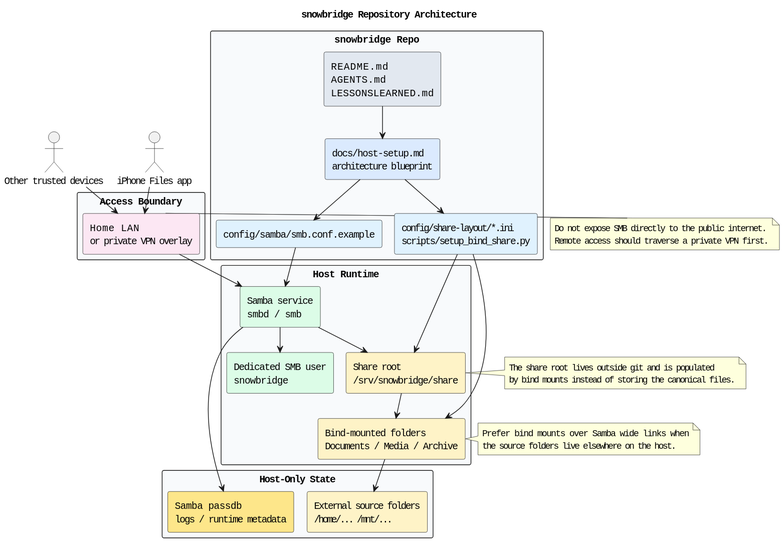
This is docs/diagrams/repo-architecture.puml.svg from casonk/snowbridge, a PlantUML export, as it was before one commit.
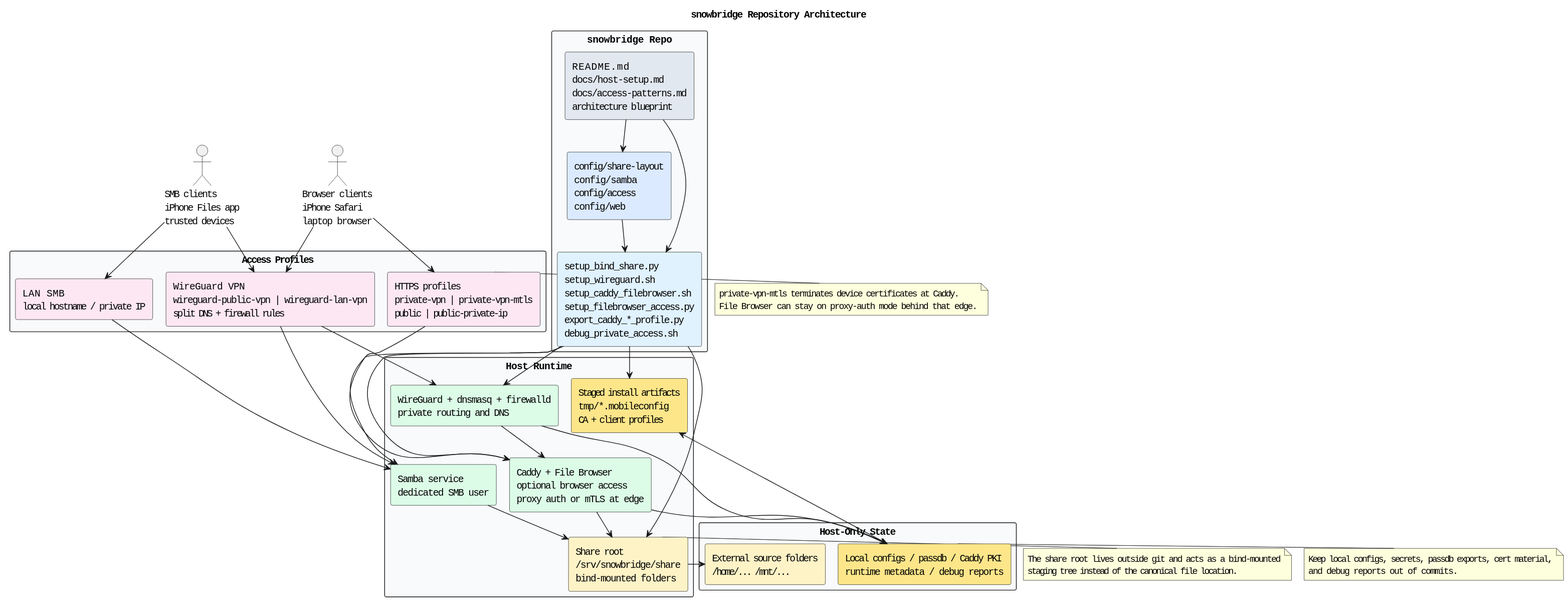
The same diagram one commit later.

The edit, as a diff of the source:
```diff
@@ -4,62 +4,75 @@
 skinparam shadowing false
 skinparam defaultFontName Monospace
 skinparam packageStyle rectangle
+skinparam linetype ortho
 
-actor "iPhone Files app" as iphone
-actor "Other trusted devices" as other_clients
+actor "SMB clients\niPhone Files app\ntrusted devices" as smb_clients
+actor "Browser clients\niPhone Safari\nlaptop browser" as browser_clients
 
-package "Access Boundary" #F8FAFC {
-  rectangle "Home LAN\nor private VPN overlay" as access_boundary #FCE7F3
+package "Access Profiles" #F8FAFC {
+  rectangle "LAN SMB\nlocal hostname / private IP" as lan_smb #FCE7F3
+  rectangle "WireGuard VPN\nwireguard-public-vpn | wireguard-lan-vpn\nsplit DNS + firewall rules" as wireguard_profiles #FCE7F3
+  rectangle "HTTPS profiles\nprivate-vpn | private-vpn-mtls\npublic | public-private-ip" as https_profiles #FCE7F3
 }
 
 package "snowbridge Repo" #F8FAFC {
-  rectangle "README.md\nAGENTS.md\nLESSONSLEARNED.md" as repo_docs #E2E8F0
-  rectangle "docs/host-setup.md\narchitecture blueprint" as ops_docs #DBEAFE
-  rectangle "config/samba/smb.conf.example" as smb_template #E0F2FE
-  rectangle "config/share-layout/*.ini\nscripts/setup_bind_share.py" as bind_layout #E0F2FE
+  rectangle "README.md\ndocs/host-setup.md\ndocs/access-patterns.md\narchitecture blueprint" as repo_docs #E2E8F0
+  rectangle "config/share-layout\nconfig/samba\nconfig/access\nconfig/web" as repo_config #DBEAFE
+  rectangle "setup_bind_share.py\nsetup_wireguard.sh\nsetup_caddy_filebrowser.sh\nsetup_filebrowser_access.py\nexport_caddy_*_profile.py\ndebug_private_access.sh" as repo_scripts #E0F2FE
 }
 
 package "Host Runtime" #F8FAFC {
-  rectangle "Samba service\nsmbd / smb" as samba_service #DCFCE7
-  rectangle "Dedicated SMB user\nsnowbridge" as smb_user #DCFCE7
-  rectangle "Share root\n/srv/snowbridge/share" as share_root #FEF3C7
-  rectangle "Bind-mounted folders\nDocuments / Media / Archive" as bind_mounts #FEF3C7
+  rectangle "Samba service\ndedicated SMB user" as samba_service #DCFCE7
+  rectangle "Share root\n/srv/snowbridge/share\nbind-mounted folders" as share_root #FEF3C7
+  rectangle "WireGuard + dnsmasq + firewalld\nprivate routing and DNS" as private_access #DCFCE7
+  rectangle "Caddy + File Browser\noptional browser access\nproxy auth or mTLS at edge" as web_stack #DCFCE7
+  rectangle "Staged install artifacts\ntmp/*.mobileconfig\nCA + client profiles" as staged_profiles #FDE68A
 }
 
 package "Host-Only State" #F8FAFC {
   rectangle "External source folders\n/home/... /mnt/..." as shared_files #FEF3C7
-  rectangle "Samba passdb\nlogs / runtime metadata" as host_state #FDE68A
+  rectangle "Local configs / passdb / Caddy PKI\nruntime metadata / debug reports" as host_state #FDE68A
 }
 
-iphone --> access_boundary
-other_clients --> access_boundary
-access_boundary --> samba_service
+smb_clients --> lan_smb
+smb_clients --> wireguard_profiles
+browser_clients --> wireguard_profiles
+browser_clients --> https_profiles
 
-repo_docs --> ops_docs
-ops_docs --> smb_template
-ops_docs --> bind_layout
-smb_template --> samba_service
-bind_layout --> share_root
-bind_layout --> bind_mounts
+lan_smb --> samba_service
+wireguard_profiles --> samba_service
+wireguard_profiles --> private_access
+private_access --> web_stack
+https_profiles --> web_stack
 
-samba_service --> smb_user
+repo_docs --> repo_config
+repo_docs --> repo_scripts
+repo_config --> repo_scripts
+repo_scripts --> samba_service
+repo_scripts --> share_root
+repo_scripts --> private_access
+repo_scripts --> web_stack
+repo_scripts --> staged_profiles
+
 samba_service --> share_root
-share_root --> bind_mounts
-bind_mounts --> shared_files
-samba_service --> host_state
+share_root --> shared_files
+private_access --> host_state
+web_stack --> share_root
+web_stack --> host_state
+host_state --> staged_profiles
 
-note right of access_boundary
-  Do not expose SMB directly to the public internet.
-  Remote access should traverse a private VPN first.
+note right of https_profiles
+  private-vpn-mtls terminates device certificates at Caddy.
+  File Browser can stay on proxy-auth mode behind that edge.
 end note
 
 note right of share_root
-  The share root lives outside git and is populated
-  by bind mounts instead of storing the canonical files.
+  The share root lives outside git and acts as a bind-mounted
+  staging tree instead of the canonical file location.
 end note
 
-note right of bind_mounts
-  Prefer bind mounts over Samba wide links when
-  the source folders live elsewhere on the host.
+note right of host_state
+  Keep local configs, secrets, passdb exports, cert material,
+  and debug reports out of commits.
 end note
 @enduml
```
